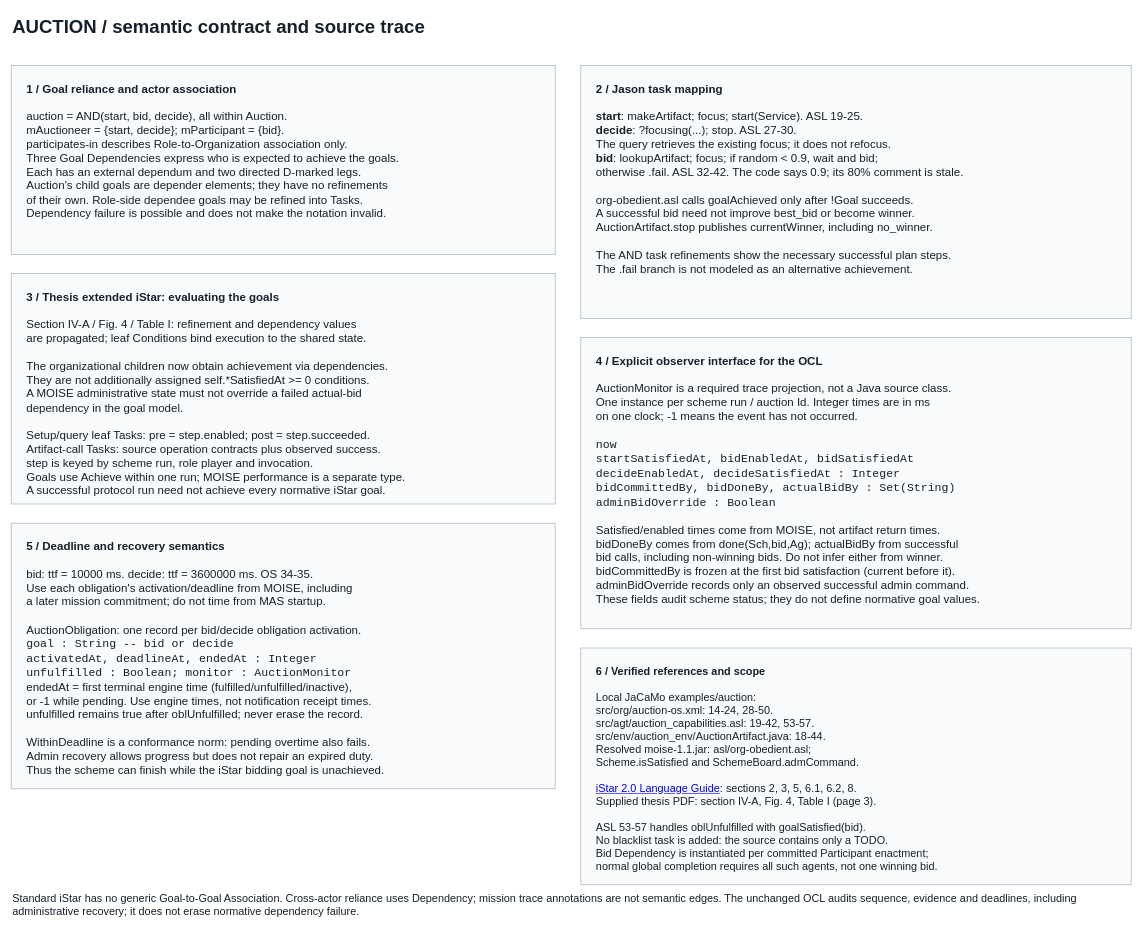
Above: page "Semantics and OCL bindings" (2 of 2) of use-plugin/Core/auction/auction_istar_final_fixed.drawio in nguyentrungnghia1802/use (draw.io), before the change. Source tidied: cells renumbered, new cells numbered last; positions are measured from the earlier drawing's top-left corner, leaving out a move shared by most shapes. Both pictures are drawn from the tidied source at 64%, with x=0, y=0 at pixel (11, 11).
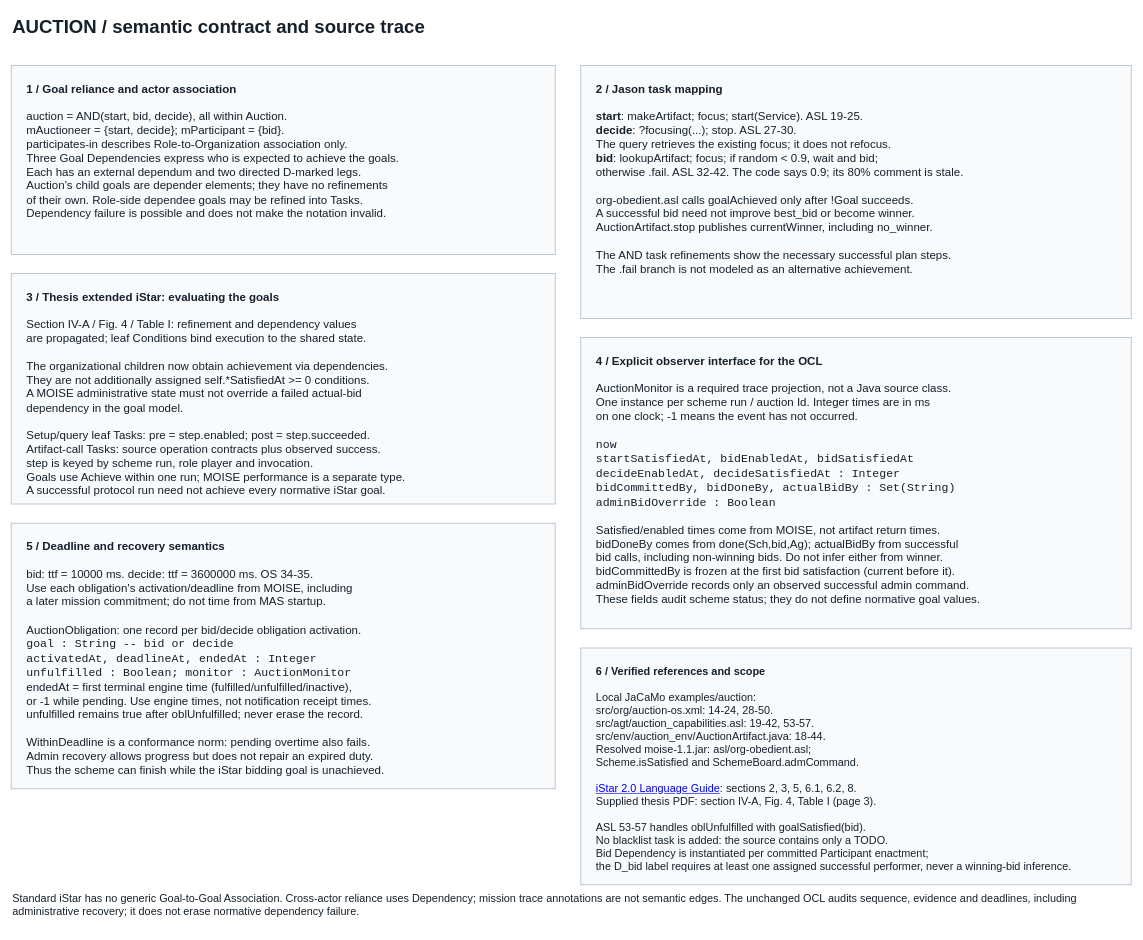
The same page after the edit.

Change to the diagram source:
```diff
@@
 <mxGraphModel background="#FFFFFF">
   <root>
     <mxCell id="0" />
     <mxCell id="1" parent="0" />
     <mxCell id="2" value="&lt;b&gt;AUCTION / semantic contract and source trace&lt;/b&gt;" style="text;html=1;whiteSpace=wrap;strokeColor=none;fillColor=none;fontFamily=Arial;fontColor=#15202B;fontSize=29;align=left;verticalAlign=top;" parent="1" vertex="1">
       <mxGeometry width="1750" height="60" as="geometry" />
     </mxCell>
     <mxCell id="3" style="rounded=0;html=1;whiteSpace=wrap;strokeWidth=1.2;strokeColor=#ADB8C3;fillColor=#F8FAFC;fontFamily=Arial;fontColor=#15202B;" parent="1" vertex="1">
       <mxGeometry y="85" width="850" height="295" as="geometry" />
     </mxCell>
     <mxCell id="4" value="&lt;b&gt;1 / Goal reliance and actor association&lt;/b&gt;&lt;br&gt;&lt;br&gt;auction = AND(start, bid, decide), all within Auction.&lt;br&gt;mAuctioneer = {start, decide}; mParticipant = {bid}.&lt;br&gt;participates-in describes Role-to-Organization association only.&lt;br&gt;Three Goal Dependencies express who is expected to achieve the goals.&lt;br&gt;Each has an external dependum and two directed D-marked legs.&lt;br&gt;Auction's child goals are depender elements; they have no refinements&lt;br&gt;of their own. Role-side dependee goals may be refined into Tasks.&lt;br&gt;Dependency failure is possible and does not make the notation invalid." style="text;html=1;whiteSpace=wrap;strokeColor=none;fillColor=none;fontFamily=Arial;fontColor=#15202B;fontSize=18;align=left;verticalAlign=top;" parent="1" vertex="1">
       <mxGeometry x="22" y="105" width="806" height="255" as="geometry" />
     </mxCell>
     <mxCell id="5" style="rounded=0;html=1;whiteSpace=wrap;strokeWidth=1.2;strokeColor=#ADB8C3;fillColor=#F8FAFC;fontFamily=Arial;fontColor=#15202B;" parent="1" vertex="1">
       <mxGeometry x="890" y="85" width="860" height="395" as="geometry" />
     </mxCell>
     <mxCell id="6" value="&lt;b&gt;2 / Jason task mapping&lt;/b&gt;&lt;br&gt;&lt;br&gt;&lt;b&gt;start&lt;/b&gt;: makeArtifact; focus; start(Service). ASL 19-25.&lt;br&gt;&lt;b&gt;decide&lt;/b&gt;: ?focusing(...); stop. ASL 27-30.&lt;br&gt;The query retrieves the existing focus; it does not refocus.&lt;br&gt;&lt;b&gt;bid&lt;/b&gt;: lookupArtifact; focus; if random &amp;lt; 0.9, wait and bid;&lt;br&gt;otherwise .fail. ASL 32-42. The code says 0.9; its 80% comment is stale.&lt;br&gt;&lt;br&gt;org-obedient.asl calls goalAchieved only after !Goal succeeds.&lt;br&gt;A successful bid need not improve best_bid or become winner.&lt;br&gt;AuctionArtifact.stop publishes currentWinner, including no_winner.&lt;br&gt;&lt;br&gt;The AND task refinements show the necessary successful plan steps.&lt;br&gt;The .fail branch is not modeled as an alternative achievement." style="text;html=1;whiteSpace=wrap;strokeColor=none;fillColor=none;fontFamily=Arial;fontColor=#15202B;fontSize=18;align=left;verticalAlign=top;" parent="1" vertex="1">
       <mxGeometry x="912" y="105" width="816" height="355" as="geometry" />
     </mxCell>
     <mxCell id="7" style="rounded=0;html=1;whiteSpace=wrap;strokeWidth=1.2;strokeColor=#ADB8C3;fillColor=#F8FAFC;fontFamily=Arial;fontColor=#15202B;" parent="1" vertex="1">
       <mxGeometry y="410" width="850" height="360" as="geometry" />
     </mxCell>
     <mxCell id="8" value="&lt;b&gt;3 / Thesis extended iStar: evaluating the goals&lt;/b&gt;&lt;br&gt;&lt;br&gt;Section IV-A / Fig. 4 / Table I: refinement and dependency values&lt;br&gt;are propagated; leaf Conditions bind execution to the shared state.&lt;br&gt;&lt;br&gt;The organizational children now obtain achievement via dependencies.&lt;br&gt;They are not additionally assigned self.*SatisfiedAt &amp;gt;= 0 conditions.&lt;br&gt;A MOISE administrative state must not override a failed actual-bid&lt;br&gt;dependency in the goal model.&lt;br&gt;&lt;br&gt;Setup/query leaf Tasks: pre = step.enabled; post = step.succeeded.&lt;br&gt;Artifact-call Tasks: source operation contracts plus observed success.&lt;br&gt;step is keyed by scheme run, role player and invocation.&lt;br&gt;Goals use Achieve within one run; MOISE performance is a separate type.&lt;br&gt;A successful protocol run need not achieve every normative iStar goal." style="text;html=1;whiteSpace=wrap;strokeColor=none;fillColor=none;fontFamily=Arial;fontColor=#15202B;fontSize=18;align=left;verticalAlign=top;" parent="1" vertex="1">
       <mxGeometry x="22" y="430" width="806" height="320" as="geometry" />
     </mxCell>
     <mxCell id="9" style="rounded=0;html=1;whiteSpace=wrap;strokeWidth=1.2;strokeColor=#ADB8C3;fillColor=#F8FAFC;fontFamily=Arial;fontColor=#15202B;" parent="1" vertex="1">
       <mxGeometry x="890" y="510" width="860" height="455" as="geometry" />
     </mxCell>
     <mxCell id="10" value="&lt;b&gt;4 / Explicit observer interface for the OCL&lt;/b&gt;&lt;br&gt;&lt;br&gt;AuctionMonitor is a required trace projection, not a Java source class.&lt;br&gt;One instance per scheme run / auction Id. Integer times are in ms&lt;br&gt;on one clock; -1 means the event has not occurred.&lt;br&gt;&lt;br&gt;&lt;font face=&quot;Consolas&quot;&gt;now&lt;br&gt;startSatisfiedAt, bidEnabledAt, bidSatisfiedAt&lt;br&gt;decideEnabledAt, decideSatisfiedAt : Integer&lt;br&gt;bidCommittedBy, bidDoneBy, actualBidBy : Set(String)&lt;br&gt;adminBidOverride : Boolean&lt;/font&gt;&lt;br&gt;&lt;br&gt;Satisfied/enabled times come from MOISE, not artifact return times.&lt;br&gt;bidDoneBy comes from done(Sch,bid,Ag); actualBidBy from successful&lt;br&gt;bid calls, including non-winning bids. Do not infer either from winner.&lt;br&gt;bidCommittedBy is frozen at the first bid satisfaction (current before it).&lt;br&gt;adminBidOverride records only an observed successful admin command.&lt;br&gt;These fields audit scheme status; they do not define normative goal values." style="text;html=1;whiteSpace=wrap;strokeColor=none;fillColor=none;fontFamily=Arial;fontColor=#15202B;fontSize=18;align=left;verticalAlign=top;" parent="1" vertex="1">
       <mxGeometry x="912" y="530" width="816" height="415" as="geometry" />
     </mxCell>
     <mxCell id="11" style="rounded=0;html=1;whiteSpace=wrap;strokeWidth=1.2;strokeColor=#ADB8C3;fillColor=#F8FAFC;fontFamily=Arial;fontColor=#15202B;" parent="1" vertex="1">
       <mxGeometry y="800" width="850" height="415" as="geometry" />
     </mxCell>
     <mxCell id="12" value="&lt;b&gt;5 / Deadline and recovery semantics&lt;/b&gt;&lt;br&gt;&lt;br&gt;bid: ttf = 10000 ms. decide: ttf = 3600000 ms. OS 34-35.&lt;br&gt;Use each obligation's activation/deadline from MOISE, including&lt;br&gt;a later mission commitment; do not time from MAS startup.&lt;br&gt;&lt;br&gt;AuctionObligation: one record per bid/decide obligation activation.&lt;br&gt;&lt;font face=&quot;Consolas&quot;&gt;goal : String  -- bid or decide&lt;br&gt;activatedAt, deadlineAt, endedAt : Integer&lt;br&gt;unfulfilled : Boolean; monitor : AuctionMonitor&lt;/font&gt;&lt;br&gt;endedAt = first terminal engine time (fulfilled/unfulfilled/inactive),&lt;br&gt;or -1 while pending. Use engine times, not notification receipt times.&lt;br&gt;unfulfilled remains true after oblUnfulfilled; never erase the record.&lt;br&gt;&lt;br&gt;WithinDeadline is a conformance norm: pending overtime also fails.&lt;br&gt;Admin recovery allows progress but does not repair an expired duty.&lt;br&gt;Thus the scheme can finish while the iStar bidding goal is unachieved." style="text;html=1;whiteSpace=wrap;strokeColor=none;fillColor=none;fontFamily=Arial;fontColor=#15202B;fontSize=18;align=left;verticalAlign=top;" parent="1" vertex="1">
       <mxGeometry x="22" y="820" width="806" height="375" as="geometry" />
     </mxCell>
     <mxCell id="13" style="rounded=0;html=1;whiteSpace=wrap;strokeWidth=1.2;strokeColor=#ADB8C3;fillColor=#F8FAFC;fontFamily=Arial;fontColor=#15202B;" parent="1" vertex="1">
       <mxGeometry x="890" y="995" width="860" height="370" as="geometry" />
     </mxCell>
-    <mxCell id="14" value="&lt;b&gt;6 / Verified references and scope&lt;/b&gt;&lt;br&gt;&lt;br&gt;Local JaCaMo examples/auction:&lt;br&gt;src/org/auction-os.xml: 14-24, 28-50.&lt;br&gt;src/agt/auction_capabilities.asl: 19-42, 53-57.&lt;br&gt;src/env/auction_env/AuctionArtifact.java: 18-44.&lt;br&gt;Resolved moise-1.1.jar: asl/org-obedient.asl;&lt;br&gt;Scheme.isSatisfied and SchemeBoard.admCommand.&lt;br&gt;&lt;br&gt;&lt;a href=&quot;https://arxiv.org/html/1605.07767&quot;&gt;iStar 2.0 Language Guide&lt;/a&gt;: sections 2, 3, 5, 6.1, 6.2, 8.&lt;br&gt;Supplied thesis PDF: section IV-A, Fig. 4, Table I (page 3).&lt;br&gt;&lt;br&gt;ASL 53-57 handles oblUnfulfilled with goalSatisfied(bid).&lt;br&gt;No blacklist task is added: the source contains only a TODO.&lt;br&gt;Bid Dependency is instantiated per committed Participant enactment;&lt;br&gt;normal global completion requires all such agents, not one winning bid." style="text;html=1;whiteSpace=wrap;strokeColor=none;fillColor=none;fontFamily=Arial;fontColor=#15202B;fontSize=17;align=left;verticalAlign=top;" parent="1" vertex="1">
+    <mxCell id="14" value="&lt;b&gt;6 / Verified references and scope&lt;/b&gt;&lt;br&gt;&lt;br&gt;Local JaCaMo examples/auction:&lt;br&gt;src/org/auction-os.xml: 14-24, 28-50.&lt;br&gt;src/agt/auction_capabilities.asl: 19-42, 53-57.&lt;br&gt;src/env/auction_env/AuctionArtifact.java: 18-44.&lt;br&gt;Resolved moise-1.1.jar: asl/org-obedient.asl;&lt;br&gt;Scheme.isSatisfied and SchemeBoard.admCommand.&lt;br&gt;&lt;br&gt;&lt;a href=&quot;https://arxiv.org/html/1605.07767&quot;&gt;iStar 2.0 Language Guide&lt;/a&gt;: sections 2, 3, 5, 6.1, 6.2, 8.&lt;br&gt;Supplied thesis PDF: section IV-A, Fig. 4, Table I (page 3).&lt;br&gt;&lt;br&gt;ASL 53-57 handles oblUnfulfilled with goalSatisfied(bid).&lt;br&gt;No blacklist task is added: the source contains only a TODO.&lt;br&gt;Bid Dependency is instantiated per committed Participant enactment;&lt;br&gt;the D_bid label requires at least one assigned successful performer, never a winning-bid inference." style="text;html=1;whiteSpace=wrap;strokeColor=none;fillColor=none;fontFamily=Arial;fontColor=#15202B;fontSize=17;align=left;verticalAlign=top;" parent="1" vertex="1">
       <mxGeometry x="912" y="1015" width="816" height="330" as="geometry" />
     </mxCell>
     <mxCell id="15" value="Standard iStar has no generic Goal-to-Goal Association. Cross-actor reliance uses Dependency; mission trace annotations are not semantic edges. The unchanged OCL audits sequence, evidence and deadlines, including administrative recovery; it does not erase normative dependency failure." style="text;html=1;whiteSpace=wrap;strokeColor=none;fillColor=none;fontFamily=Arial;fontColor=#15202B;fontSize=17;align=left;verticalAlign=top;" parent="1" vertex="1">
       <mxGeometry y="1370" width="1750" height="65" as="geometry" />
     </mxCell>
   </root>
 </mxGraphModel>
```
